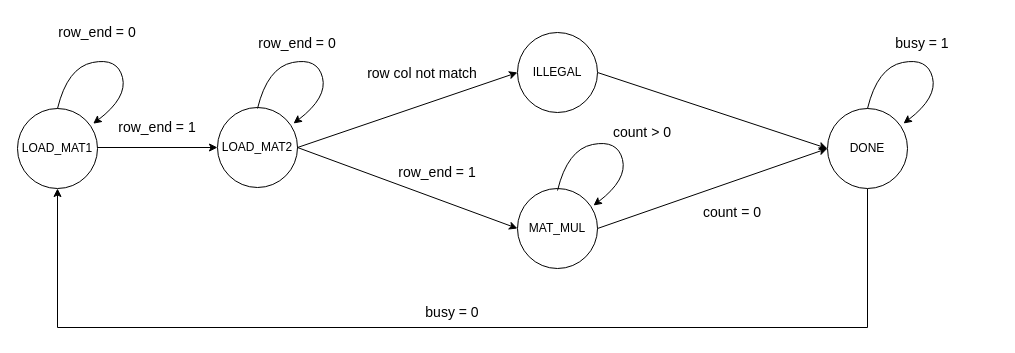
Before: HW3_P76124265/diagram/FSM state.drawio in TreeLand1101/NCKU-Digital_Design, a draw.io diagram. Source tidied: cells renumbered, new cells numbered last; positions are measured from the earlier drawing's top-left corner, leaving out a move shared by most shapes. Both pictures are drawn from the tidied source at 100%, with x=0, y=0 at pixel (17, 17).
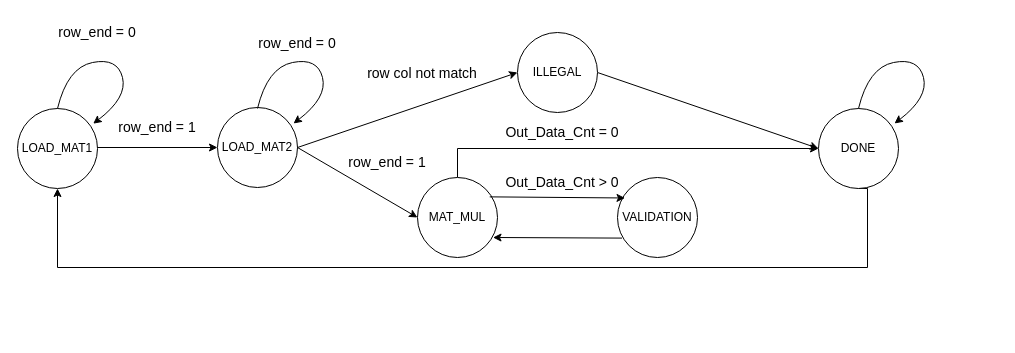
After the change.

The change refers to these unchanged cells:
```xml
<mxCell id="2" value="LOAD_MAT1" style="ellipse;whiteSpace=wrap;html=1;" parent="1" vertex="1">
  <mxGeometry y="91" width="80" height="80" as="geometry" />
</mxCell>
```

What changed in the source:
```diff
@@
+    <mxCell id="14" style="edgeStyle=orthogonalEdgeStyle;rounded=0;jettySize=auto;html=1;exitX=0.5;exitY=0;exitDx=0;exitDy=0;" parent="1" edge="1" source="5" target="8">
+      <mxGeometry relative="1" as="geometry" />
+    </mxCell>
     <mxCell id="5" value="MAT_MUL" style="ellipse;whiteSpace=wrap;html=1;" parent="1" vertex="1">
-      <mxGeometry x="500" y="171" width="80" height="80" as="geometry" />
+      <mxGeometry x="400" y="160" width="80" height="80" as="geometry" />
     </mxCell>
@@
     <mxCell id="7" style="edgeStyle=orthogonalEdgeStyle;rounded=0;jettySize=auto;html=1;exitX=0.5;exitY=1;exitDx=0;exitDy=0;entryX=0.5;entryY=1;entryDx=0;entryDy=0;" parent="1" edge="1" source="8" target="2">
       <mxGeometry relative="1" as="geometry">
         <Array as="points">
-          <mxPoint x="850" y="310" />
-          <mxPoint x="40" y="310" />
+          <mxPoint x="850" y="171" />
+          <mxPoint x="850" y="250" />
+          <mxPoint x="40" y="250" />
         </Array>
       </mxGeometry>
     </mxCell>
     <mxCell id="8" value="DONE" style="ellipse;whiteSpace=wrap;html=1;" parent="1" vertex="1">
-      <mxGeometry x="810" y="91" width="80" height="80" as="geometry" />
+      <mxGeometry x="801" y="91" width="80" height="80" as="geometry" />
     </mxCell>
@@
-    <mxCell id="14" style="endArrow=classic;html=1;rounded=0;exitX=1;exitY=0.5;exitDx=0;exitDy=0;entryX=0;entryY=0.5;entryDx=0;entryDy=0;" parent="1" edge="1" source="5" target="8">
-      <mxGeometry relative="1" as="geometry" />
-    </mxCell>
-    <mxCell id="15" style="curved=1;endArrow=classic;html=1;rounded=0;exitX=0.5;exitY=0;exitDx=0;exitDy=0;entryX=0.946;entryY=0.19;entryDx=0;entryDy=0;entryPerimeter=0;strokeColor=default;flowAnimation=0;" parent="1" edge="1">
-      <mxGeometry relative="1" as="geometry">
-        <mxPoint x="540" y="173" as="sourcePoint" />
-        <mxPoint x="576" y="188" as="targetPoint" />
-        <Array as="points">
-          <mxPoint x="550" y="132" />
-          <mxPoint x="600" y="122" />
-          <mxPoint x="610" y="162" />
-        </Array>
-      </mxGeometry>
-    </mxCell>
     <mxCell id="16" style="curved=1;endArrow=classic;html=1;rounded=0;exitX=0.5;exitY=0;exitDx=0;exitDy=0;entryX=0.946;entryY=0.19;entryDx=0;entryDy=0;entryPerimeter=0;strokeColor=default;flowAnimation=0;" parent="1" edge="1">
       <mxGeometry relative="1" as="geometry">
-        <mxPoint x="850" y="91" as="sourcePoint" />
-        <mxPoint x="886" y="106" as="targetPoint" />
+        <mxPoint x="841" y="91" as="sourcePoint" />
+        <mxPoint x="877" y="106" as="targetPoint" />
         <Array as="points">
-          <mxPoint x="860" y="50" />
-          <mxPoint x="910" y="40" />
-          <mxPoint x="920" y="80" />
+          <mxPoint x="851" y="50" />
+          <mxPoint x="901" y="40" />
+          <mxPoint x="911" y="80" />
         </Array>
       </mxGeometry>
     </mxCell>
@@
     <mxCell id="20" value="&lt;font style=&quot;font-size: 14px;&quot;&gt;row_end = 1&lt;/font&gt;" style="text;html=1;align=center;verticalAlign=middle;whiteSpace=wrap;rounded=0;" parent="1" vertex="1">
-      <mxGeometry x="380" y="140" width="80" height="30" as="geometry" />
+      <mxGeometry x="330" y="130" width="80" height="30" as="geometry" />
     </mxCell>
@@
-    <mxCell id="22" value="&lt;span style=&quot;font-size: 14px;&quot;&gt;count &amp;gt; 0&lt;/span&gt;" style="text;html=1;align=center;verticalAlign=middle;whiteSpace=wrap;rounded=0;" parent="1" vertex="1">
-      <mxGeometry x="550" y="100" width="150" height="30" as="geometry" />
+    <mxCell id="22" value="&lt;span style=&quot;font-size: 14px;&quot;&gt;Out_Data_Cnt &amp;gt; 0&lt;/span&gt;" style="text;html=1;align=center;verticalAlign=middle;whiteSpace=wrap;rounded=0;" parent="1" vertex="1">
+      <mxGeometry x="480" y="150" width="130" height="30" as="geometry" />
     </mxCell>
-    <mxCell id="23" value="&lt;span style=&quot;font-size: 14px;&quot;&gt;count = 0&lt;/span&gt;" style="text;html=1;align=center;verticalAlign=middle;whiteSpace=wrap;rounded=0;" parent="1" vertex="1">
-      <mxGeometry x="640" y="180" width="150" height="30" as="geometry" />
-    </mxCell>
-    <mxCell id="24" value="&lt;span style=&quot;font-size: 14px;&quot;&gt;busy = 1&lt;/span&gt;" style="text;html=1;align=center;verticalAlign=middle;whiteSpace=wrap;rounded=0;" parent="1" vertex="1">
-      <mxGeometry x="830" y="11" width="150" height="30" as="geometry" />
-    </mxCell>
-    <mxCell id="25" value="&lt;span style=&quot;font-size: 14px;&quot;&gt;busy = 0&lt;/span&gt;" style="text;html=1;align=center;verticalAlign=middle;whiteSpace=wrap;rounded=0;" parent="1" vertex="1">
-      <mxGeometry x="360" y="280" width="150" height="30" as="geometry" />
-    </mxCell>
+    <mxCell id="26" value="VALIDATION" style="ellipse;whiteSpace=wrap;html=1;" parent="1" vertex="1">
+      <mxGeometry x="600" y="160" width="80" height="80" as="geometry" />
+    </mxCell>
+    <mxCell id="27" style="endArrow=classic;html=1;rounded=0;exitX=0.903;exitY=0.242;exitDx=0;exitDy=0;entryX=0.094;entryY=0.256;entryDx=0;entryDy=0;exitPerimeter=0;entryPerimeter=0;" parent="1" edge="1" source="5" target="26">
+      <mxGeometry relative="1" as="geometry" />
+    </mxCell>
+    <mxCell id="28" style="endArrow=classic;html=1;rounded=0;exitX=0.043;exitY=0.716;exitDx=0;exitDy=0;entryX=0.931;entryY=0.708;entryDx=0;entryDy=0;exitPerimeter=0;entryPerimeter=0;" parent="1" edge="1">
+      <mxGeometry relative="1" as="geometry">
+        <mxPoint x="604.5" y="220.6" as="sourcePoint" />
+        <mxPoint x="475.5" y="220" as="targetPoint" />
+      </mxGeometry>
+    </mxCell>
+    <mxCell id="29" value="&lt;span style=&quot;font-size: 14px;&quot;&gt;Out_Data_Cnt = 0&lt;/span&gt;" style="text;html=1;align=center;verticalAlign=middle;whiteSpace=wrap;rounded=0;" parent="1" vertex="1">
+      <mxGeometry x="480" y="100" width="130" height="30" as="geometry" />
+    </mxCell>
```
